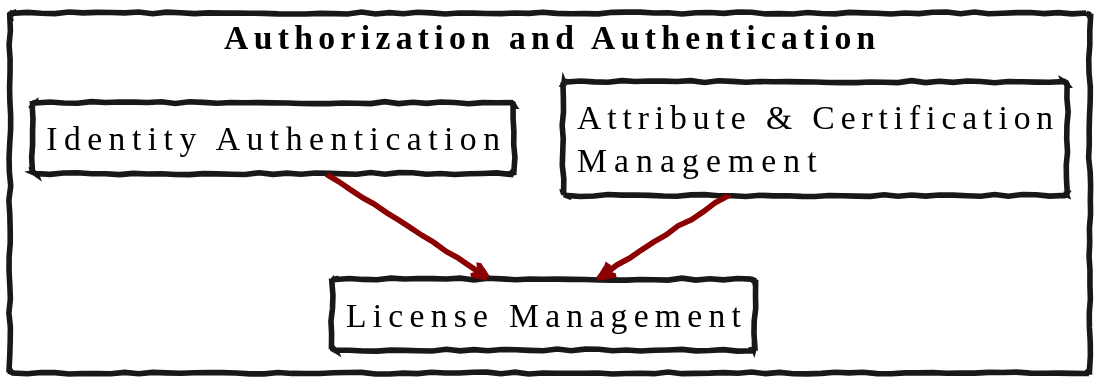
Language-Research-Technology/plantuml-diagrams keeps this PlantUML diagram as generic/authorization-components.svg. Above is the earlier version.
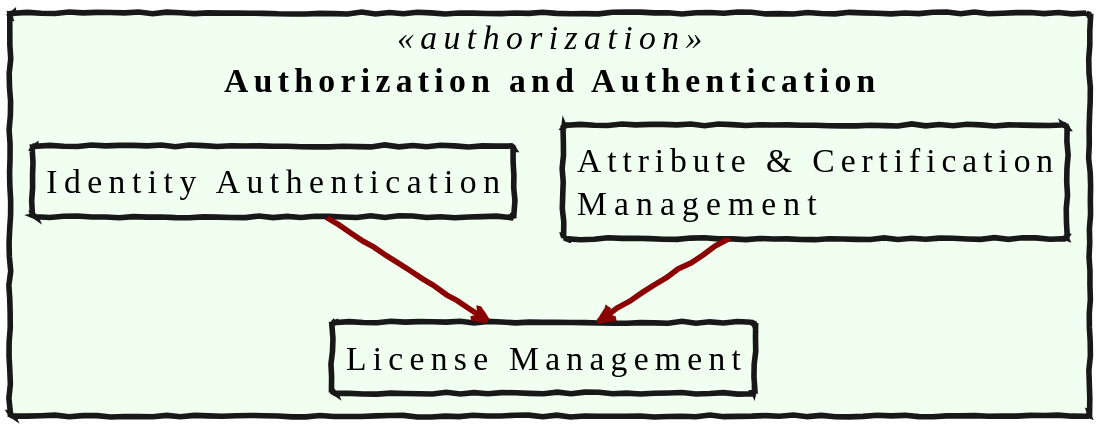
The same diagram one commit later.

What changed in the source:
```diff
@@ -1,7 +1,7 @@
 @startuml
 !include_many ../data-management-style.txt
 
-rectangle "Authorization and Authentication" as auths {
+rectangle "Authorization and Authentication" as auths <<authorization>> {
     rectangle "License Management" as lic
     rectangle "Attribute & Certification\nManagement" as att
     rectangle "Identity Authentication" as id
```
